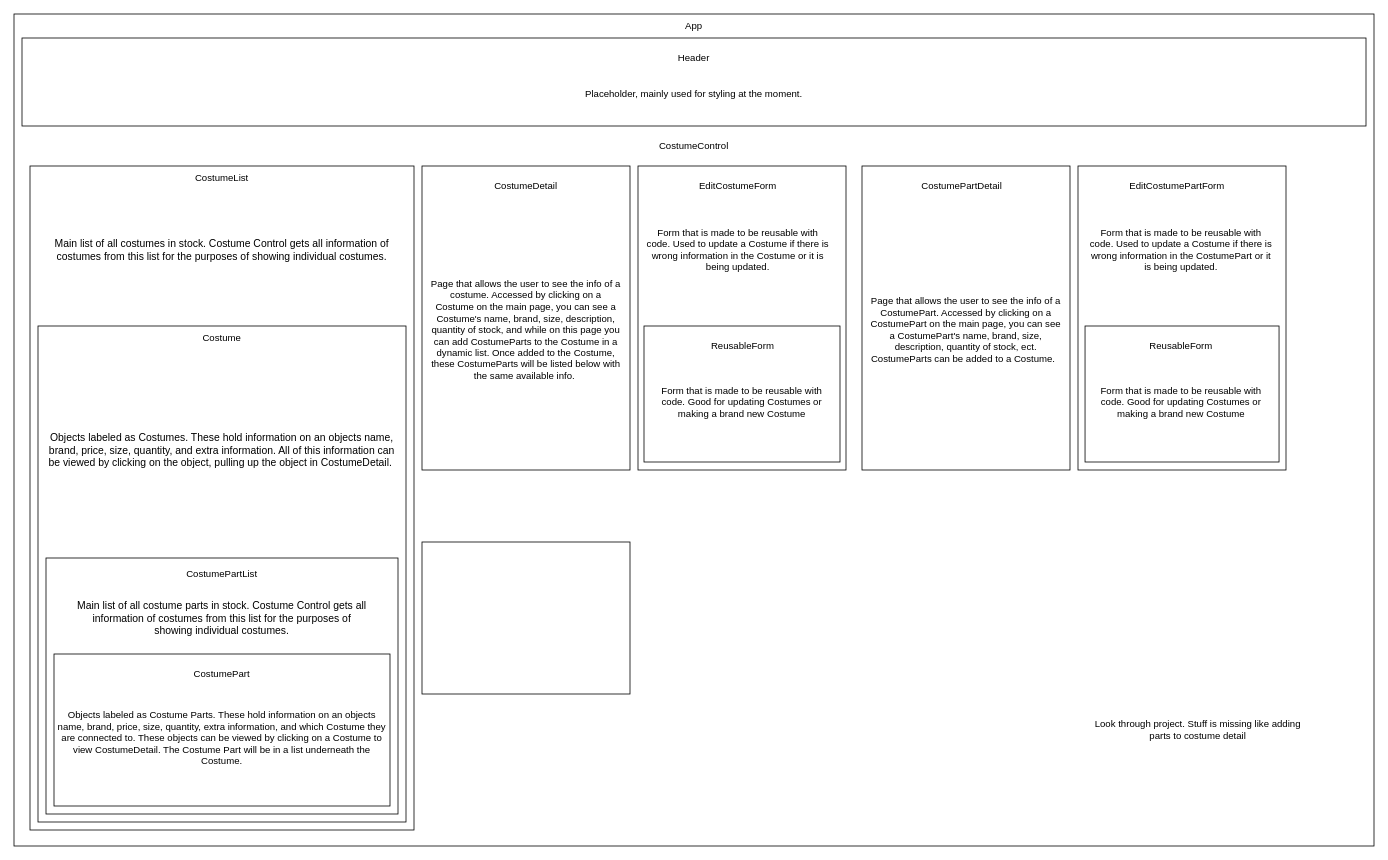
This is Program-plan.drawio from AndrewMMickel/costume-shop, a draw.io file, before an edit. Source tidied: cells renumbered, new cells numbered last; positions are measured from the earlier drawing's top-left corner, leaving out a move shared by most shapes. Both pictures are drawn from the tidied source at 80%, with x=0, y=0 at pixel (14, 14).
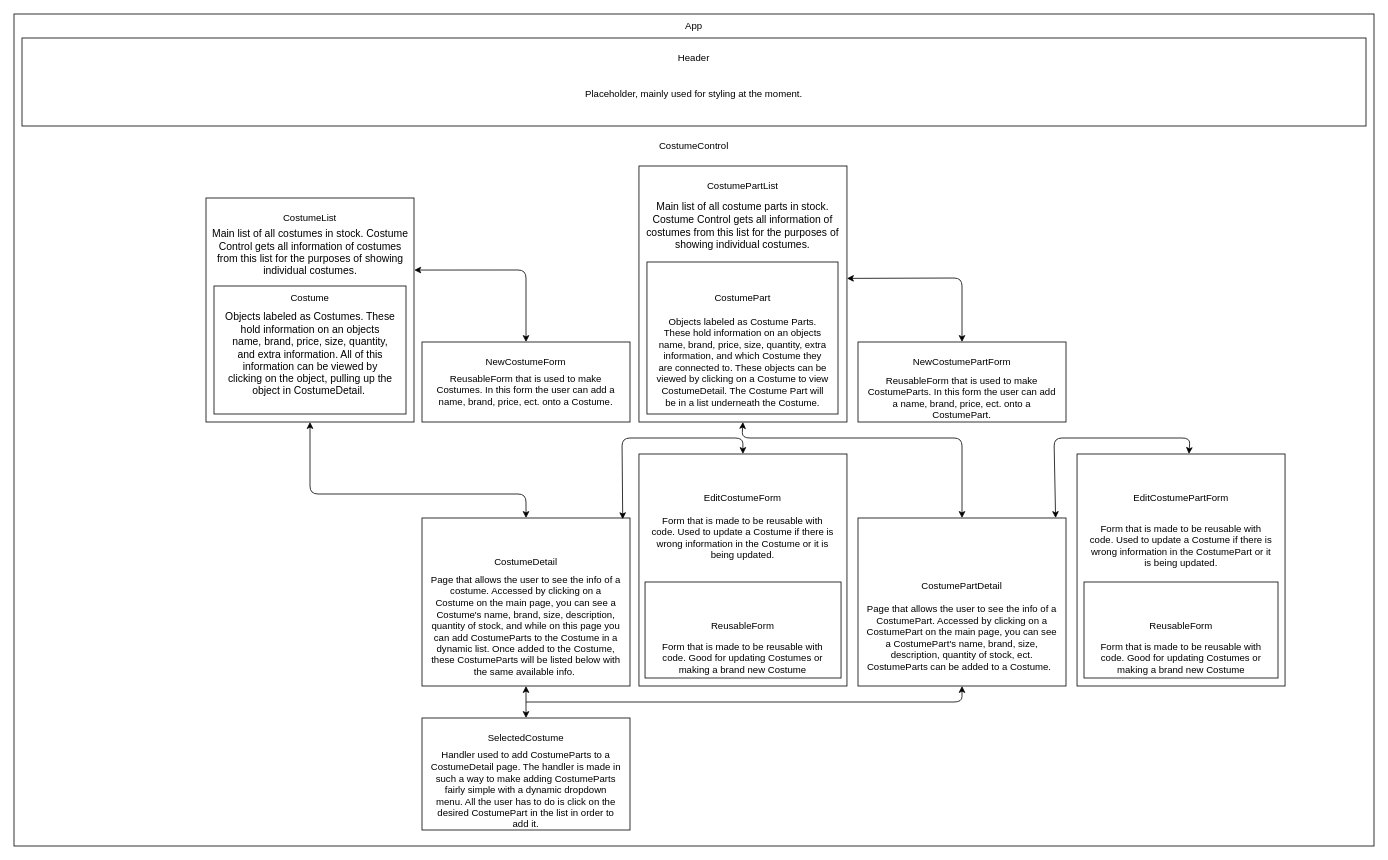
Above is the later version.

What changed in the source:
```diff
@@
     <mxCell id="7" style="rounded=0;whiteSpace=wrap;html=1;" parent="1" vertex="1">
-      <mxGeometry x="20" y="190" width="480" height="830" as="geometry" />
+      <mxGeometry x="240" y="230" width="260" height="280" as="geometry" />
     </mxCell>
     <mxCell id="8" style="rounded=0;whiteSpace=wrap;html=1;" parent="1" vertex="1">
-      <mxGeometry x="30" y="390" width="460" height="620" as="geometry" />
+      <mxGeometry x="250" y="340" width="240" height="160" as="geometry" />
     </mxCell>
     <mxCell id="9" value="CostumeList" style="text;html=1;align=center;verticalAlign=middle;whiteSpace=wrap;rounded=0;" parent="1" vertex="1">
-      <mxGeometry x="230" y="190" width="60" height="30" as="geometry" />
+      <mxGeometry x="340" y="240" width="60" height="30" as="geometry" />
     </mxCell>
     <mxCell id="10" value="Costume" style="text;html=1;align=center;verticalAlign=middle;whiteSpace=wrap;rounded=0;" parent="1" vertex="1">
-      <mxGeometry x="230" y="390" width="60" height="30" as="geometry" />
+      <mxGeometry x="340" y="340" width="60" height="30" as="geometry" />
     </mxCell>
     <mxCell id="11" style="rounded=0;whiteSpace=wrap;html=1;" parent="1" vertex="1">
-      <mxGeometry x="510" y="190" width="260" height="380" as="geometry" />
+      <mxGeometry x="510" y="630" width="260" height="210" as="geometry" />
     </mxCell>
     <mxCell id="12" value="CostumeDetail" style="text;html=1;align=center;verticalAlign=middle;whiteSpace=wrap;rounded=0;" parent="1" vertex="1">
-      <mxGeometry x="610" y="200" width="60" height="30" as="geometry" />
+      <mxGeometry x="610" y="670" width="60" height="30" as="geometry" />
     </mxCell>
     <mxCell id="13" style="rounded=0;whiteSpace=wrap;html=1;" parent="1" vertex="1">
-      <mxGeometry x="40" y="680" width="440" height="320" as="geometry" />
+      <mxGeometry x="781.2" y="190" width="260" height="320" as="geometry" />
     </mxCell>
     <mxCell id="14" style="rounded=0;whiteSpace=wrap;html=1;" parent="1" vertex="1">
-      <mxGeometry x="1060" y="190" width="260" height="380" as="geometry" />
+      <mxGeometry x="1055" y="630" width="260" height="210" as="geometry" />
     </mxCell>
     <mxCell id="15" value="CostumePartDetail" style="text;html=1;strokeColor=none;fillColor=none;align=center;verticalAlign=middle;whiteSpace=wrap;rounded=0;" parent="1" vertex="1">
-      <mxGeometry x="1155" y="200" width="60" height="30" as="geometry" />
+      <mxGeometry x="1155" y="700" width="60" height="30" as="geometry" />
     </mxCell>
     <mxCell id="16" style="rounded=0;whiteSpace=wrap;html=1;" parent="1" vertex="1">
-      <mxGeometry x="780" y="190" width="260" height="380" as="geometry" />
+      <mxGeometry x="781.2" y="550" width="260" height="290" as="geometry" />
     </mxCell>
     <mxCell id="17" style="rounded=0;whiteSpace=wrap;html=1;" parent="1" vertex="1">
-      <mxGeometry x="1330" y="190" width="260" height="380" as="geometry" />
+      <mxGeometry x="1328.8" y="550" width="260" height="290" as="geometry" />
     </mxCell>
     <mxCell id="18" value="EditCostumeForm" style="text;html=1;strokeColor=none;fillColor=none;align=center;verticalAlign=middle;whiteSpace=wrap;rounded=0;" parent="1" vertex="1">
-      <mxGeometry x="875" y="200" width="60" height="30" as="geometry" />
+      <mxGeometry x="881.2" y="590" width="60" height="30" as="geometry" />
     </mxCell>
     <mxCell id="19" value="EditCostumePartForm" style="text;html=1;strokeColor=none;fillColor=none;align=center;verticalAlign=middle;whiteSpace=wrap;rounded=0;" parent="1" vertex="1">
-      <mxGeometry x="1423.8" y="200" width="60" height="30" as="geometry" />
+      <mxGeometry x="1428.8" y="590" width="60" height="30" as="geometry" />
     </mxCell>
     <mxCell id="20" style="rounded=0;whiteSpace=wrap;html=1;" parent="1" vertex="1">
-      <mxGeometry x="787.5" y="390" width="245" height="170" as="geometry" />
+      <mxGeometry x="788.8" y="710" width="245" height="120" as="geometry" />
     </mxCell>
     <mxCell id="21" style="rounded=0;whiteSpace=wrap;html=1;" parent="1" vertex="1">
-      <mxGeometry x="1338.8" y="390" width="242.5" height="170" as="geometry" />
+      <mxGeometry x="1337.5" y="710" width="242.5" height="120" as="geometry" />
     </mxCell>
     <mxCell id="22" value="ReusableForm" style="text;html=1;strokeColor=none;fillColor=none;align=center;verticalAlign=middle;whiteSpace=wrap;rounded=0;" parent="1" vertex="1">
-      <mxGeometry x="881.2" y="400" width="60" height="30" as="geometry" />
+      <mxGeometry x="881.2" y="750" width="60" height="30" as="geometry" />
     </mxCell>
     <mxCell id="23" value="ReusableForm" style="text;html=1;strokeColor=none;fillColor=none;align=center;verticalAlign=middle;whiteSpace=wrap;rounded=0;" parent="1" vertex="1">
-      <mxGeometry x="1428.8" y="400" width="60" height="30" as="geometry" />
+      <mxGeometry x="1428.8" y="750" width="60" height="30" as="geometry" />
     </mxCell>
     <mxCell id="24" value="Main list of all costumes in stock. Costume Control gets all information of costumes from this list for the purposes of showing individual costumes." style="text;html=1;strokeColor=none;fillColor=none;align=center;verticalAlign=middle;whiteSpace=wrap;rounded=0;fontSize=13;" parent="1" vertex="1">
-      <mxGeometry x="30" y="215" width="460" height="160" as="geometry" />
+      <mxGeometry x="242.5" y="260" width="255" height="75" as="geometry" />
     </mxCell>
     <mxCell id="25" value="Objects labeled as Costumes. These hold information on an objects name, brand, price, size, quantity, and extra information. All of this information can be viewed by clicking on the object, pulling up the object in CostumeDetail.&amp;nbsp;" style="text;html=1;strokeColor=none;fillColor=none;align=center;verticalAlign=middle;whiteSpace=wrap;rounded=0;fontSize=13;" parent="1" vertex="1">
-      <mxGeometry x="40" y="420" width="440" height="250" as="geometry" />
+      <mxGeometry x="262.5" y="360" width="215" height="130" as="geometry" />
     </mxCell>
     <mxCell id="26" value="Page that allows the user to see the info of a costume. Accessed by clicking on a Costume on the main page, you can see a Costume's name, brand, size, description, quantity of stock, and while on this page you can add CostumeParts to the Costume in a dynamic list. Once added to the Costume, these CostumeParts will be listed below with the same available info.&amp;nbsp;" style="text;html=1;strokeColor=none;fillColor=none;align=center;verticalAlign=middle;whiteSpace=wrap;rounded=0;" parent="1" vertex="1">
-      <mxGeometry x="520" y="230" width="240" height="330" as="geometry" />
+      <mxGeometry x="520" y="690" width="240" height="150" as="geometry" />
     </mxCell>
     <mxCell id="27" value="Form that is made to be reusable with code. Good for updating Costumes or making a brand new Costume" style="text;html=1;strokeColor=none;fillColor=none;align=center;verticalAlign=middle;whiteSpace=wrap;rounded=0;" parent="1" vertex="1">
-      <mxGeometry x="795" y="420" width="230" height="130" as="geometry" />
+      <mxGeometry x="796.2" y="780" width="230" height="50" as="geometry" />
     </mxCell>
     <mxCell id="28" value="Form that is made to be reusable with code. Good for updating Costumes or making a brand new Costume" style="text;html=1;strokeColor=none;fillColor=none;align=center;verticalAlign=middle;whiteSpace=wrap;rounded=0;" parent="1" vertex="1">
-      <mxGeometry x="1343.8" y="420" width="230" height="130" as="geometry" />
+      <mxGeometry x="1343.8" y="780" width="230" height="50" as="geometry" />
     </mxCell>
     <mxCell id="29" value="Page that allows the user to see the info of a CostumePart. Accessed by clicking on a CostumePart on the main page, you can see a CostumePart's name, brand, size, description, quantity of stock, ect. CostumeParts can be added to a Costume.&amp;nbsp;&amp;nbsp;" style="text;html=1;strokeColor=none;fillColor=none;align=center;verticalAlign=middle;whiteSpace=wrap;rounded=0;" parent="1" vertex="1">
-      <mxGeometry x="1070" y="230" width="240" height="330" as="geometry" />
+      <mxGeometry x="1065" y="720" width="240" height="120" as="geometry" />
     </mxCell>
     <mxCell id="30" value="Form that is made to be reusable with code. Used to update a Costume if there is wrong information in the Costume or it is being updated." style="text;html=1;strokeColor=none;fillColor=none;align=center;verticalAlign=middle;whiteSpace=wrap;rounded=0;" parent="1" vertex="1">
-      <mxGeometry x="790" y="230" width="230" height="130" as="geometry" />
+      <mxGeometry x="796.2" y="610" width="230" height="90" as="geometry" />
     </mxCell>
     <mxCell id="31" value="Form that is made to be reusable with code. Used to update a Costume if there is wrong information in the CostumePart or it is being updated." style="text;html=1;strokeColor=none;fillColor=none;align=center;verticalAlign=middle;whiteSpace=wrap;rounded=0;" parent="1" vertex="1">
-      <mxGeometry x="1343.8" y="230" width="230" height="130" as="geometry" />
+      <mxGeometry x="1343.8" y="620" width="230" height="90" as="geometry" />
     </mxCell>
@@
     <mxCell id="33" style="rounded=0;whiteSpace=wrap;html=1;" parent="1" vertex="1">
-      <mxGeometry x="50" y="800" width="420" height="190" as="geometry" />
+      <mxGeometry x="791.2" y="310" width="238.8" height="190" as="geometry" />
     </mxCell>
     <mxCell id="34" value="CostumePartList" style="text;html=1;align=center;verticalAlign=middle;whiteSpace=wrap;rounded=0;" parent="1" vertex="1">
-      <mxGeometry x="230" y="685" width="60" height="30" as="geometry" />
+      <mxGeometry x="881.2" y="200" width="60" height="30" as="geometry" />
     </mxCell>
     <mxCell id="35" value="Main list of all costume parts in stock. Costume Control gets all information of costumes from this list for the purposes of showing individual costumes." style="text;html=1;strokeColor=none;fillColor=none;align=center;verticalAlign=middle;whiteSpace=wrap;rounded=0;fontSize=13;" parent="1" vertex="1">
-      <mxGeometry x="75" y="710" width="370" height="90" as="geometry" />
+      <mxGeometry x="786.2" y="220" width="250" height="90" as="geometry" />
     </mxCell>
-    <mxCell id="36" value="Look through project. Stuff is missing like adding parts to costume detail" style="text;html=1;strokeColor=none;fillColor=none;align=center;verticalAlign=middle;whiteSpace=wrap;rounded=0;" parent="1" vertex="1">
-      <mxGeometry x="1350" y="760" width="260" height="270" as="geometry" />
-    </mxCell>
     <mxCell id="37" value="Objects labeled as Costume Parts. These hold information on an objects name, brand, price, size, quantity, extra information, and which Costume they are connected to. These objects can be viewed by clicking on a Costume to view CostumeDetail. The Costume Part will be in a list underneath the Costume." style="text;html=1;strokeColor=none;fillColor=none;align=center;verticalAlign=middle;whiteSpace=wrap;rounded=0;" parent="1" vertex="1">
-      <mxGeometry x="50" y="860" width="420" height="90" as="geometry" />
+      <mxGeometry x="801.2" y="390" width="220" height="90" as="geometry" />
     </mxCell>
     <mxCell id="38" value="CostumePart" style="text;html=1;strokeColor=none;fillColor=none;align=center;verticalAlign=middle;whiteSpace=wrap;rounded=0;" parent="1" vertex="1">
-      <mxGeometry x="230" y="810" width="60" height="30" as="geometry" />
+      <mxGeometry x="881.2" y="340" width="60" height="30" as="geometry" />
     </mxCell>
     <mxCell id="39" style="rounded=0;whiteSpace=wrap;html=1;" parent="1" vertex="1">
-      <mxGeometry x="510" y="660" width="260" height="190" as="geometry" />
+      <mxGeometry x="510" y="880" width="260" height="140" as="geometry" />
     </mxCell>
+    <mxCell id="40" style="endArrow=classic;startArrow=classic;html=1;exitX=0.5;exitY=0;exitDx=0;exitDy=0;entryX=0.5;entryY=1;entryDx=0;entryDy=0;" parent="1" edge="1" source="39" target="11">
+      <mxGeometry relative="1" as="geometry" />
+    </mxCell>
+    <mxCell id="41" style="endArrow=classic;html=1;entryX=0.5;entryY=1;entryDx=0;entryDy=0;" parent="1" edge="1" target="14">
+      <mxGeometry relative="1" as="geometry">
+        <mxPoint x="640" y="860" as="sourcePoint" />
+        <Array as="points">
+          <mxPoint x="1185" y="860" />
+        </Array>
+      </mxGeometry>
+    </mxCell>
+    <mxCell id="42" value="SelectedCostume" style="text;html=1;strokeColor=none;fillColor=none;align=center;verticalAlign=middle;whiteSpace=wrap;rounded=0;" parent="1" vertex="1">
+      <mxGeometry x="610" y="890" width="60" height="30" as="geometry" />
+    </mxCell>
+    <mxCell id="43" value="Handler used to add CostumeParts to a CostumeDetail page. The handler is made in such a way to make adding CostumeParts fairly simple with a dynamic dropdown menu. All the user has to do is click on the desired CostumePart in the list in order to add it." style="text;html=1;strokeColor=none;fillColor=none;align=center;verticalAlign=middle;whiteSpace=wrap;rounded=0;" parent="1" vertex="1">
+      <mxGeometry x="520" y="920" width="240" height="100" as="geometry" />
+    </mxCell>
+    <mxCell id="44" style="rounded=0;whiteSpace=wrap;html=1;" parent="1" vertex="1">
+      <mxGeometry x="510" y="410" width="260" height="100" as="geometry" />
+    </mxCell>
+    <mxCell id="45" style="rounded=0;whiteSpace=wrap;html=1;" parent="1" vertex="1">
+      <mxGeometry x="1055" y="410" width="260" height="100" as="geometry" />
+    </mxCell>
+    <mxCell id="46" style="endArrow=classic;startArrow=classic;html=1;exitX=0.95;exitY=0;exitDx=0;exitDy=0;exitPerimeter=0;" parent="1" edge="1" source="14" target="17">
+      <mxGeometry relative="1" as="geometry">
+        <Array as="points">
+          <mxPoint x="1300" y="530" />
+          <mxPoint x="1360" y="530" />
+          <mxPoint x="1470" y="530" />
+        </Array>
+      </mxGeometry>
+    </mxCell>
+    <mxCell id="47" value="NewCostumeForm" style="text;html=1;strokeColor=none;fillColor=none;align=center;verticalAlign=middle;whiteSpace=wrap;rounded=0;" parent="1" vertex="1">
+      <mxGeometry x="520" y="420" width="240" height="30" as="geometry" />
+    </mxCell>
+    <mxCell id="48" value="NewCostumePartForm" style="text;html=1;strokeColor=none;fillColor=none;align=center;verticalAlign=middle;whiteSpace=wrap;rounded=0;" parent="1" vertex="1">
+      <mxGeometry x="1065" y="420" width="240" height="30" as="geometry" />
+    </mxCell>
+    <mxCell id="49" value="ReusableForm that is used to make Costumes. In this form the user can add a name, brand, price, ect. onto a Costume." style="text;html=1;strokeColor=none;fillColor=none;align=center;verticalAlign=middle;whiteSpace=wrap;rounded=0;" parent="1" vertex="1">
+      <mxGeometry x="520" y="440" width="240" height="60" as="geometry" />
+    </mxCell>
+    <mxCell id="50" value="ReusableForm that is used to make CostumeParts. In this form the user can add a name, brand, price, ect. onto a CostumePart." style="text;html=1;strokeColor=none;fillColor=none;align=center;verticalAlign=middle;whiteSpace=wrap;rounded=0;" parent="1" vertex="1">
+      <mxGeometry x="1065" y="450" width="240" height="60" as="geometry" />
+    </mxCell>
+    <mxCell id="51" style="endArrow=classic;startArrow=classic;html=1;entryX=0.5;entryY=0;entryDx=0;entryDy=0;exitX=0.965;exitY=0.007;exitDx=0;exitDy=0;exitPerimeter=0;" parent="1" edge="1" source="11" target="16">
+      <mxGeometry relative="1" as="geometry">
+        <Array as="points">
+          <mxPoint x="760" y="530" />
+          <mxPoint x="911" y="530" />
+        </Array>
+      </mxGeometry>
+    </mxCell>
+    <mxCell id="52" style="endArrow=classic;startArrow=classic;html=1;entryX=1.011;entryY=0.801;entryDx=0;entryDy=0;exitX=0.5;exitY=0;exitDx=0;exitDy=0;entryPerimeter=0;" parent="1" edge="1" source="44" target="24">
+      <mxGeometry relative="1" as="geometry">
+        <Array as="points">
+          <mxPoint x="640" y="320" />
+        </Array>
+      </mxGeometry>
+    </mxCell>
+    <mxCell id="53" style="endArrow=classic;startArrow=classic;html=1;entryX=0.5;entryY=1;entryDx=0;entryDy=0;exitX=0.5;exitY=0;exitDx=0;exitDy=0;" parent="1" edge="1" source="11" target="7">
+      <mxGeometry relative="1" as="geometry">
+        <Array as="points">
+          <mxPoint x="640" y="600" />
+          <mxPoint x="370" y="600" />
+        </Array>
+      </mxGeometry>
+    </mxCell>
+    <mxCell id="54" style="endArrow=classic;startArrow=classic;html=1;entryX=1;entryY=0.439;entryDx=0;entryDy=0;exitX=0.5;exitY=0;exitDx=0;exitDy=0;entryPerimeter=0;" parent="1" edge="1" source="45" target="13">
+      <mxGeometry relative="1" as="geometry">
+        <Array as="points">
+          <mxPoint x="1185" y="330" />
+        </Array>
+      </mxGeometry>
+    </mxCell>
+    <mxCell id="55" style="endArrow=classic;startArrow=classic;html=1;exitX=0.5;exitY=1;exitDx=0;exitDy=0;entryX=0.5;entryY=0;entryDx=0;entryDy=0;" parent="1" edge="1" source="13" target="14">
+      <mxGeometry relative="1" as="geometry">
+        <Array as="points">
+          <mxPoint x="910" y="530" />
+          <mxPoint x="1185" y="530" />
+        </Array>
+      </mxGeometry>
+    </mxCell>
```
